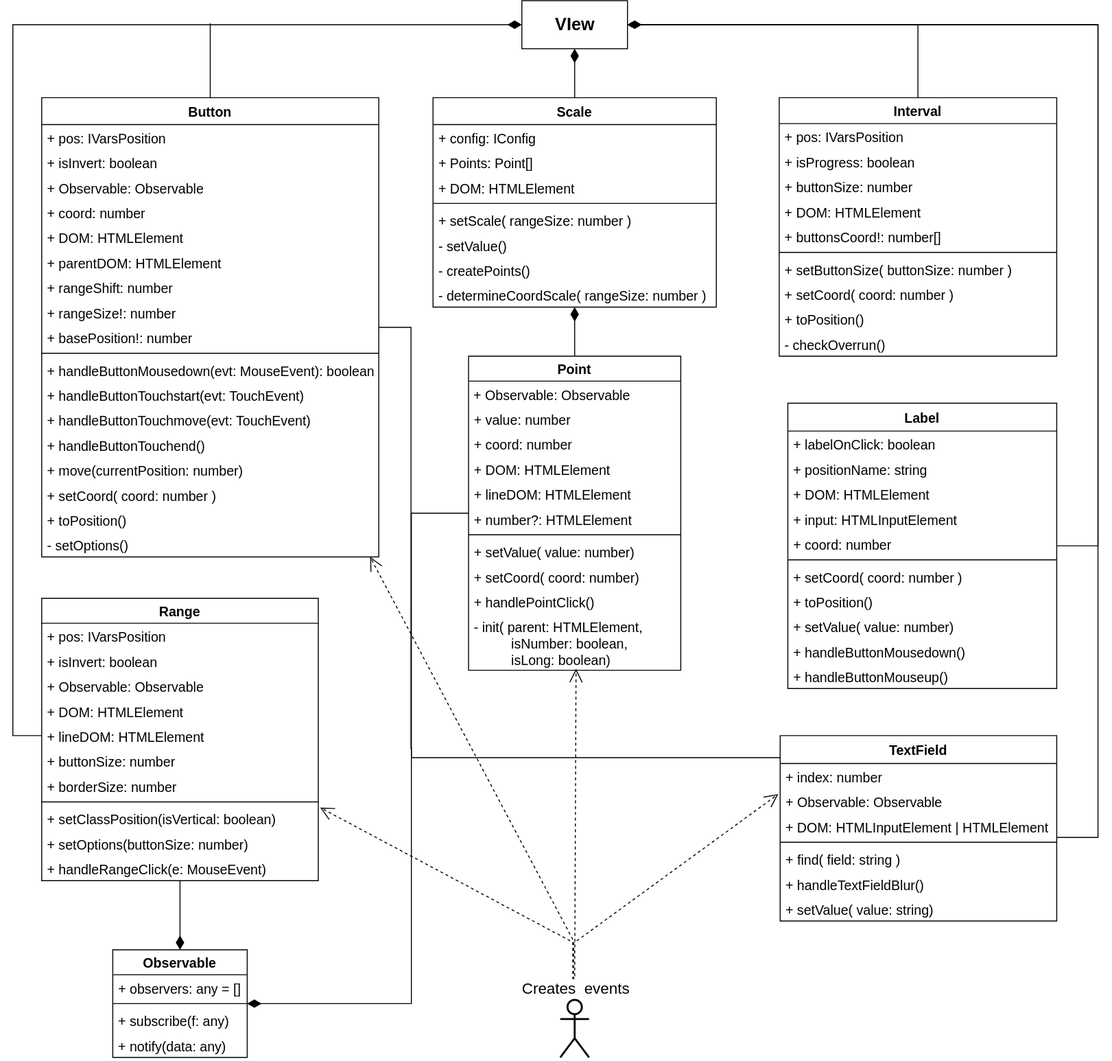
Earlier version of the draw.io export uml/viewComponents.svg (Evgeny3101/plugin). Source tidied: cells renumbered, new cells last; positions are measured from the earlier drawing's top-left corner, leaving out a move shared by most shapes.
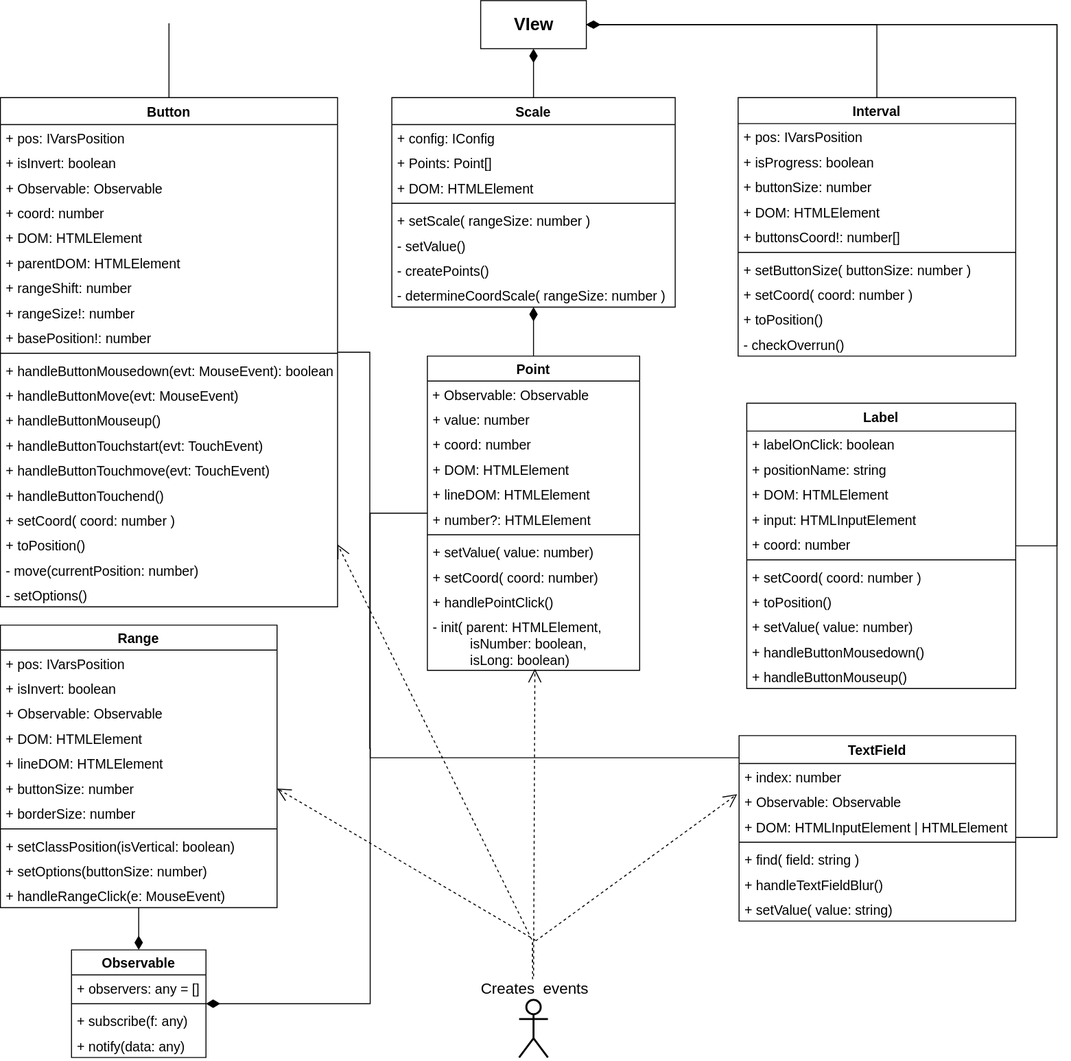
Later version of the same file.

What changed in the source:
```diff
@@ -15,11 +15,8 @@
     </mxCell>
     <mxCell id="4" style="rounded=0;orthogonalLoop=1;jettySize=auto;html=1;fontSize=14;dashed=1;endArrow=open;endFill=0;endSize=12;startSize=6;shadow=0;" parent="1" edge="1">
       <mxGeometry relative="1" as="geometry">
-        <mxPoint x="582.9" y="1031" as="sourcePoint" />
-        <mxPoint x="319.9" y="840" as="targetPoint" />
-        <Array as="points">
-          <mxPoint x="582.9" y="980" />
-        </Array>
+        <mxPoint x="587" y="978" as="sourcePoint" />
+        <mxPoint x="317.9" y="820" as="targetPoint" />
       </mxGeometry>
     </mxCell>
     <mxCell id="5" style="shape=umlActor;verticalLabelPosition=middle;verticalAlign=middle;fontSize=14;strokeWidth=2;html=1;labelBackgroundColor=none;labelBorderColor=none;labelPosition=center;align=center;" parent="1" vertex="1">
@@ -113,7 +110,7 @@
       <mxGeometry relative="1" as="geometry" />
     </mxCell>
     <mxCell id="32" value="Range" style="swimlane;fontStyle=1;horizontal=1;startSize=26;fillColor=none;rounded=0;glass=0;strokeColor=#000000;fontSize=14;swimlaneLine=1;" parent="1" vertex="1">
-      <mxGeometry x="29.9" y="622" width="288" height="294" as="geometry" />
+      <mxGeometry x="29.9" y="650" width="288" height="294" as="geometry" />
     </mxCell>
     <mxCell id="33" value="+ pos: IVarsPosition" style="text;strokeColor=none;fillColor=none;align=left;verticalAlign=top;spacingLeft=4;spacingRight=4;overflow=hidden;fontSize=14;" parent="32" vertex="1">
       <mxGeometry y="26" width="288" height="26" as="geometry" />
@@ -206,7 +203,7 @@
       </mxGeometry>
     </mxCell>
     <mxCell id="60" value="Button" style="swimlane;fontStyle=1;horizontal=1;startSize=28;fillColor=none;rounded=0;glass=0;strokeColor=#000000;fontSize=14;swimlaneLine=1;" parent="1" vertex="1">
-      <mxGeometry x="29.9" y="101" width="351" height="478" as="geometry" />
+      <mxGeometry x="29.9" y="101" width="351" height="530" as="geometry" />
     </mxCell>
     <mxCell id="61" value="+ pos: IVarsPosition" style="text;strokeColor=none;fillColor=none;align=left;verticalAlign=top;spacingLeft=4;spacingRight=4;overflow=hidden;fontSize=14;" parent="60" vertex="1">
       <mxGeometry y="28" width="351" height="26" as="geometry" />
@@ -241,26 +238,32 @@
     <mxCell id="71" value="+ handleButtonMousedown(evt: MouseEvent): boolean" style="text;strokeColor=none;fillColor=none;align=left;verticalAlign=top;spacingLeft=4;spacingRight=4;overflow=hidden;fontSize=14;fontStyle=0;" parent="60" vertex="1">
       <mxGeometry y="270" width="351" height="26" as="geometry" />
     </mxCell>
+    <mxCell id="107" value="+ handleButtonMove(evt: MouseEvent)" style="text;strokeColor=none;fillColor=none;align=left;verticalAlign=top;spacingLeft=4;spacingRight=4;overflow=hidden;fontSize=14;fontStyle=0;" parent="60" vertex="1">
+      <mxGeometry y="296" width="351" height="26" as="geometry" />
+    </mxCell>
+    <mxCell id="108" value="+ handleButtonMouseup()" style="text;strokeColor=none;fillColor=none;align=left;verticalAlign=top;spacingLeft=4;spacingRight=4;overflow=hidden;fontSize=14;fontStyle=0;" parent="60" vertex="1">
+      <mxGeometry y="322" width="351" height="26" as="geometry" />
+    </mxCell>
     <mxCell id="72" value="+ handleButtonTouchstart(evt: TouchEvent)" style="text;strokeColor=none;fillColor=none;align=left;verticalAlign=top;spacingLeft=4;spacingRight=4;overflow=hidden;fontSize=14;fontStyle=0;" parent="60" vertex="1">
-      <mxGeometry y="296" width="351" height="26" as="geometry" />
+      <mxGeometry y="348" width="351" height="26" as="geometry" />
     </mxCell>
     <mxCell id="73" value="+ handleButtonTouchmove(evt: TouchEvent)" style="text;strokeColor=none;fillColor=none;align=left;verticalAlign=top;spacingLeft=4;spacingRight=4;overflow=hidden;fontSize=14;fontStyle=0;" parent="60" vertex="1">
-      <mxGeometry y="322" width="351" height="26" as="geometry" />
+      <mxGeometry y="374" width="351" height="26" as="geometry" />
     </mxCell>
     <mxCell id="74" value="+ handleButtonTouchend()" style="text;strokeColor=none;fillColor=none;align=left;verticalAlign=top;spacingLeft=4;spacingRight=4;overflow=hidden;fontSize=14;fontStyle=0;" parent="60" vertex="1">
-      <mxGeometry y="348" width="351" height="26" as="geometry" />
+      <mxGeometry y="400" width="351" height="26" as="geometry" />
     </mxCell>
-    <mxCell id="75" value="+ move(currentPosition: number) " style="text;strokeColor=none;fillColor=none;align=left;verticalAlign=top;spacingLeft=4;spacingRight=4;overflow=hidden;fontSize=14;fontStyle=0;" parent="60" vertex="1">
-      <mxGeometry y="374" width="351" height="26" as="geometry" />
-    </mxCell>
     <mxCell id="76" value="+ setCoord( coord: number )" style="text;strokeColor=none;fillColor=none;align=left;verticalAlign=top;spacingLeft=4;spacingRight=4;overflow=hidden;fontSize=14;" parent="60" vertex="1">
-      <mxGeometry y="400" width="351" height="26" as="geometry" />
+      <mxGeometry y="426" width="351" height="26" as="geometry" />
     </mxCell>
     <mxCell id="77" value="+ toPosition()" style="text;strokeColor=none;fillColor=none;align=left;verticalAlign=top;spacingLeft=4;spacingRight=4;overflow=hidden;points=[[0,0.5],[1,0.5]];portConstraint=eastwest;fontSize=14;" parent="60" vertex="1">
-      <mxGeometry y="426" width="351" height="26" as="geometry" />
+      <mxGeometry y="452" width="351" height="26" as="geometry" />
     </mxCell>
+    <mxCell id="75" value="- move(currentPosition: number) " style="text;strokeColor=none;fillColor=none;align=left;verticalAlign=top;spacingLeft=4;spacingRight=4;overflow=hidden;fontSize=14;fontStyle=0;" parent="60" vertex="1">
+      <mxGeometry y="478" width="351" height="26" as="geometry" />
+    </mxCell>
     <mxCell id="78" value="- setOptions()    " style="text;strokeColor=none;fillColor=none;align=left;verticalAlign=top;spacingLeft=4;spacingRight=4;overflow=hidden;fontSize=14;" parent="60" vertex="1">
-      <mxGeometry y="452" width="351" height="26" as="geometry" />
+      <mxGeometry y="504" width="351" height="26" as="geometry" />
     </mxCell>
     <mxCell id="79" value="Observable" style="swimlane;fontStyle=1;horizontal=1;startSize=26;fillColor=none;rounded=0;glass=0;strokeColor=#000000;fontSize=14;arcSize=13;swimlaneLine=1;" parent="1" vertex="1">
       <mxGeometry x="103.9" y="988" width="140" height="112" as="geometry" />
@@ -347,10 +350,9 @@
     <mxCell id="103" value="+ setValue( value: string)" style="text;strokeColor=none;fillColor=none;align=left;verticalAlign=top;spacingLeft=4;spacingRight=4;overflow=hidden;fontSize=14;" parent="96" vertex="1">
       <mxGeometry y="167" width="288" height="26" as="geometry" />
     </mxCell>
-    <mxCell id="104" style="rounded=0;orthogonalLoop=1;jettySize=auto;html=1;fontSize=14;dashed=1;endArrow=open;endFill=0;exitX=0.5;exitY=0;exitDx=0;exitDy=0;exitPerimeter=0;endSize=12;startSize=6;" parent="1" edge="1">
+    <mxCell id="104" style="rounded=0;jettySize=auto;html=1;fontSize=14;dashed=1;endArrow=open;endFill=0;exitX=0.5;exitY=0;exitDx=0;exitDy=0;exitPerimeter=0;endSize=12;startSize=6;entryX=1;entryY=0.5;entryDx=0;entryDy=0;" parent="1" edge="1" target="77">
       <mxGeometry relative="1" as="geometry">
         <mxPoint x="583.9" y="1001" as="sourcePoint" />
-        <mxPoint x="371.9" y="579" as="targetPoint" />
         <Array as="points">
           <mxPoint x="583.9" y="979" />
         </Array>
@@ -362,13 +364,5 @@
         <mxPoint x="586.4" y="695.5" as="targetPoint" />
       </mxGeometry>
     </mxCell>
-    <mxCell id="106" style="edgeStyle=orthogonalEdgeStyle;rounded=0;jettySize=auto;html=1;shadow=0;entryX=0;entryY=0.5;entryDx=0;entryDy=0;endArrow=diamondThin;endFill=1;startSize=12;endSize=12;" parent="1" edge="1" source="37" target="2">
-      <mxGeometry relative="1" as="geometry">
-        <Array as="points">
-          <mxPoint x="-0.1" y="765" />
-          <mxPoint x="-0.1" y="25" />
-        </Array>
-      </mxGeometry>
-    </mxCell>
   </root>
 </mxGraphModel>
```
